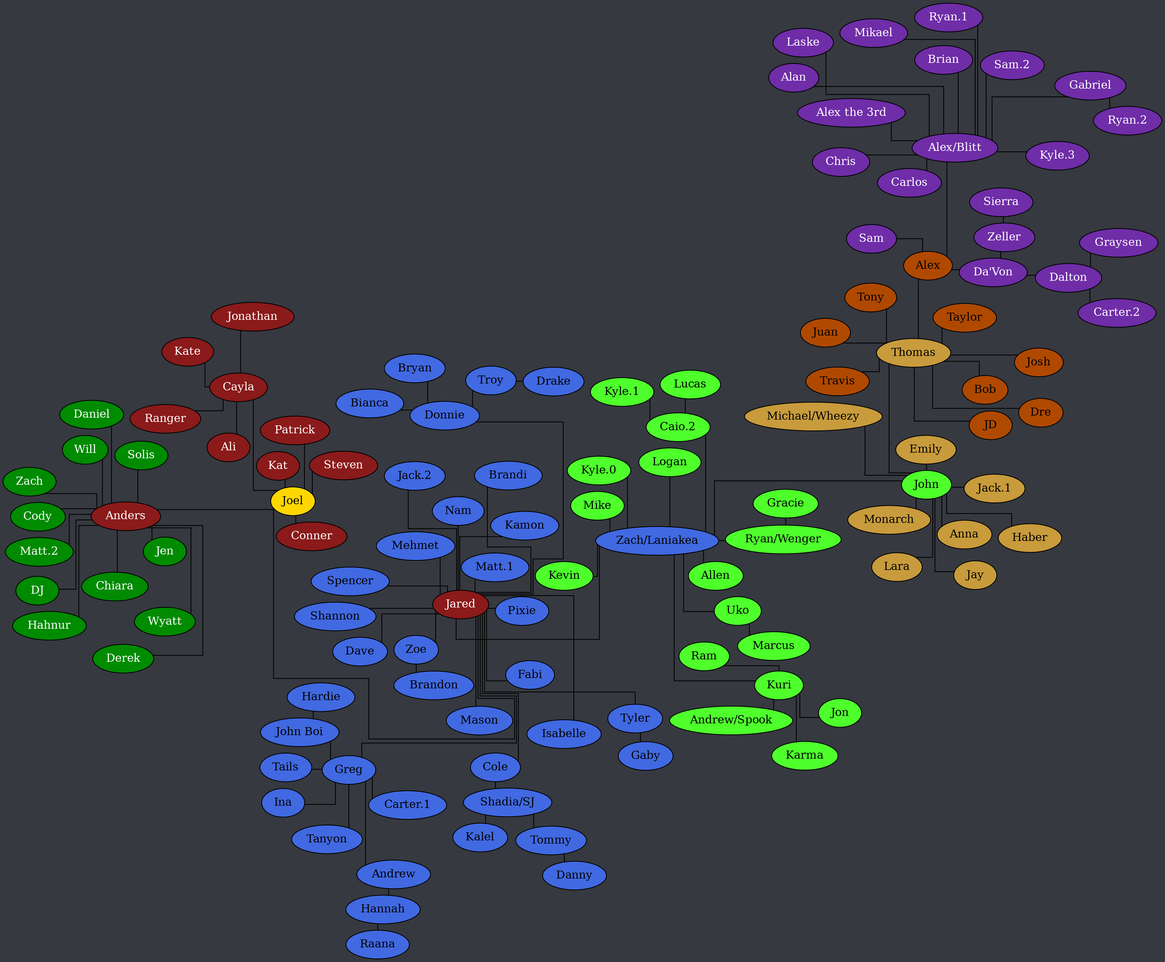
This is tree.png from Documidas/CoronaCatzFamilyTree, a Graphviz export, as it was before one commit. Its source is kept beside it as tree.dot. Its diagram source:
```dot
strict graph {
	layout = neato;
	dpi = 200;
	epsilon = 0.01;
	mode = major;
	model = subset;
	overlap = false;
	splines = ortho;
	start = rand;

	graph [ truecolor=true bgcolor="#36393f" ];
	node [ style=filled fillcolor="gray" fontcolor="black" ];

	subgraph "Joel" {
		node [ style=filled fillcolor="firebrick4" fontcolor="white" ];
		Joel [ style=filled fillcolor="gold" fontcolor="black" ];

		Cayla -- Ali;
		Cayla -- Jonathan;
		Cayla -- Kate;
		Cayla -- Ranger;
		Joel -- Anders;
		Joel -- Cayla;
		Joel -- Conner;
		Joel -- Jared;
		Joel -- Kat;
		Joel -- Patrick;
		Joel -- Steven;
	}

	subgraph "Anders" {
		node [ style=filled fillcolor="green4" fontcolor="white" ];

		Anders -- Chiara;
		Anders -- Cody;
		Anders -- Daniel;
		Anders -- Derek;
		Anders -- DJ;
		Anders -- Hahnur;
		Anders -- Jen;
		Anders -- "Matt.2";
		Anders -- Solis;
		Anders -- Will;
		Anders -- Wyatt;
		Anders -- Zach;
	}

	subgraph "Jared" {
		node [ style=filled fillcolor="royalblue" fontcolor="black" ];

		Andrew -- Hannah;
		Cole -- "Shadia/SJ";
		Donnie -- Bianca;
		Donnie -- Bryan;
		Donnie -- Troy;
		Greg -- Andrew;
		Greg -- "Carter.1";
		Greg -- Ina;
		Greg -- "John Boi";
		Greg -- Tails;
		Greg -- Tanyon;
		Hannah -- Raana;
		Jared -- Brandi;
		Jared -- Dave;
		Jared -- Donnie;
		Jared -- Fabi;
		Jared -- "Jack.2";
		Jared -- Cole;
		Jared -- Kamon;
		Jared -- Greg;
		Jared -- Isabelle;
		Jared -- Mason;
		Jared -- "Matt.1";
		Jared -- Mehmet;
		Jared -- Nam;
		Jared -- Pixie;
		Jared -- Shannon;
		Jared -- Spencer;
		Jared -- Tyler;
		Jared -- "Zach/Laniakea";
		Jared -- Zoe;
		"John Boi" -- Hardie;
		"Shadia/SJ" -- Kalel;
		"Shadia/SJ" -- Tommy;
		Tommy -- Danny;
		Troy -- Drake;
		Tyler -- Gaby;
		Zoe -- Brandon;
	}

	subgraph "Zach/Laniakea" {
		node [ style=filled fillcolor="#4eff2c" fontcolor="black" ];

		"Caio.2" -- "Kyle.1";
		"Caio.2" -- Lucas;
		Kuri -- "Andrew/Spook";
		Kuri -- Jon;
		Kuri -- Karma;
		Kuri -- Ram;
		Uko -- Marcus;
		"Ryan/Wenger" -- Gracie;
		"Zach/Laniakea" -- Allen;
		"Zach/Laniakea" -- "Caio.2";
		"Zach/Laniakea" -- John;
		"Zach/Laniakea" -- Logan;
		"Zach/Laniakea" -- Kevin;
		"Zach/Laniakea" -- Kuri;
		"Zach/Laniakea" -- "Kyle.0";
		"Zach/Laniakea" -- Mike;
		"Zach/Laniakea" -- "Ryan/Wenger";
		"Zach/Laniakea" -- Uko;
	}

	subgraph "John" {
		node [ style=filled fillcolor="#c89b3c" fontcolor="black" ];

		John -- Anna;
		John -- Emily;
		John -- Haber;
		John -- Jay;
		John -- "Jack.1";
		John -- Lara;
		John -- Monarch;
		John -- Thomas;
	}

	subgraph "John-stream" {
		node [ style=filled fillcolor="#c89b3c" fontcolor="black" ];

		John -- "Michael/Wheezy";
	}

	subgraph "Thomas" {
		node [ style=filled fillcolor="#b04900" fontcolor="black" ];

		Thomas -- Alex;
		Thomas -- Bob;
		Thomas -- Dre;
		Thomas -- JD;
		Thomas -- Josh;
		Thomas -- Juan;
		Thomas -- Taylor;
		Thomas -- Tony;
		Thomas -- Travis;
	}

	subgraph "Alex" {
		node [ style=filled fillcolor="#6f2da8" fontcolor="white" ];

		Alex -- "Alex/Blitt";
		Alex -- "Da'Von";
		Alex -- Sam;
		"Alex/Blitt" -- Alan;
		"Alex/Blitt" -- "Alex the 3rd";
		"Alex/Blitt" -- Brian;
		"Alex/Blitt" -- Carlos;
		"Alex/Blitt" -- Chris;
		"Alex/Blitt" -- Gabriel;
		"Alex/Blitt" -- "Kyle.3";
		"Alex/Blitt" -- Laske;
		"Alex/Blitt" -- Mikael;
		"Alex/Blitt" -- "Ryan.1";
		"Alex/Blitt" -- "Sam.2";
		"Da'Von" -- Dalton;
		"Da'Von" -- Zeller;
		Dalton -- "Carter.2";
		Dalton -- Graysen;
		Gabriel -- "Ryan.2";
		Zeller -- Sierra;
	}
}
```
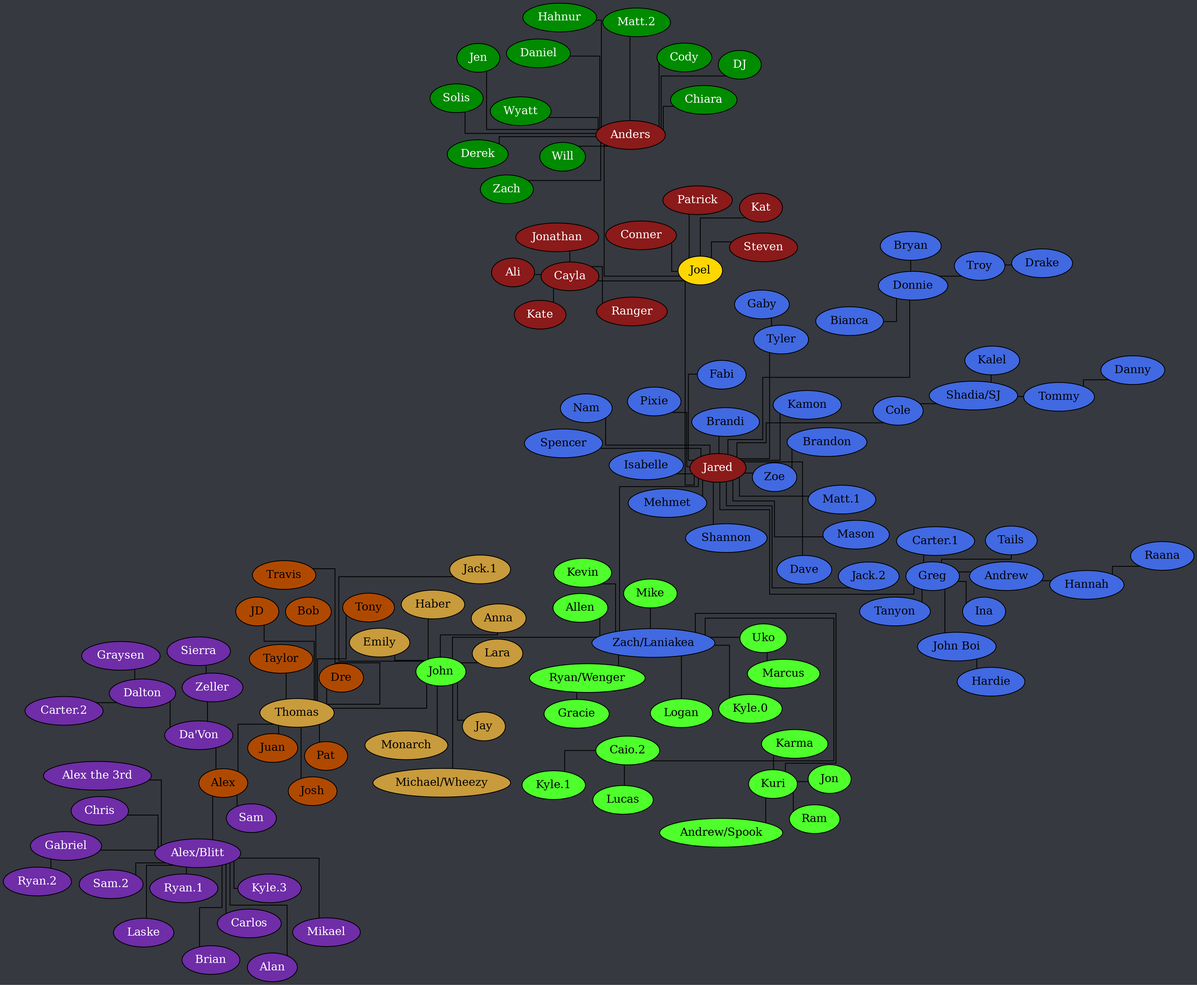
Above is the later version.

What changed in the source:
```diff
@@ -139,6 +139,7 @@
 		Thomas -- JD;
 		Thomas -- Josh;
 		Thomas -- Juan;
+		Thomas -- Pat;
 		Thomas -- Taylor;
 		Thomas -- Tony;
 		Thomas -- Travis;
```
